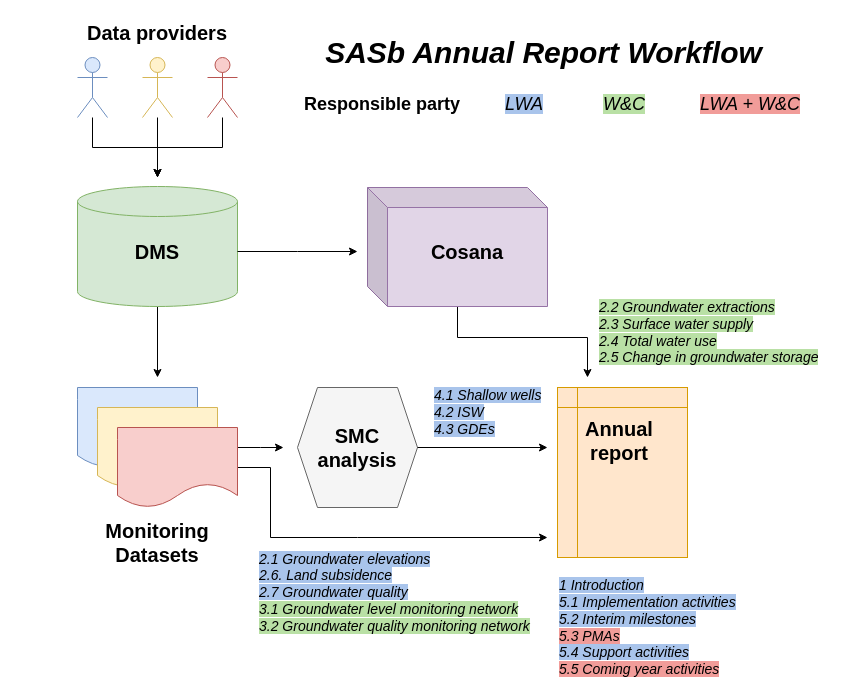
Above: sasb_annual_report.drawio in richpauloo/drawio (draw.io), before the change. Source tidied: cells renumbered, new cells numbered last; positions are measured from the earlier drawing's top-left corner, leaving out a move shared by most shapes. Both pictures are drawn from the tidied source at 100%, with x=0, y=0 at pixel (17, 17).
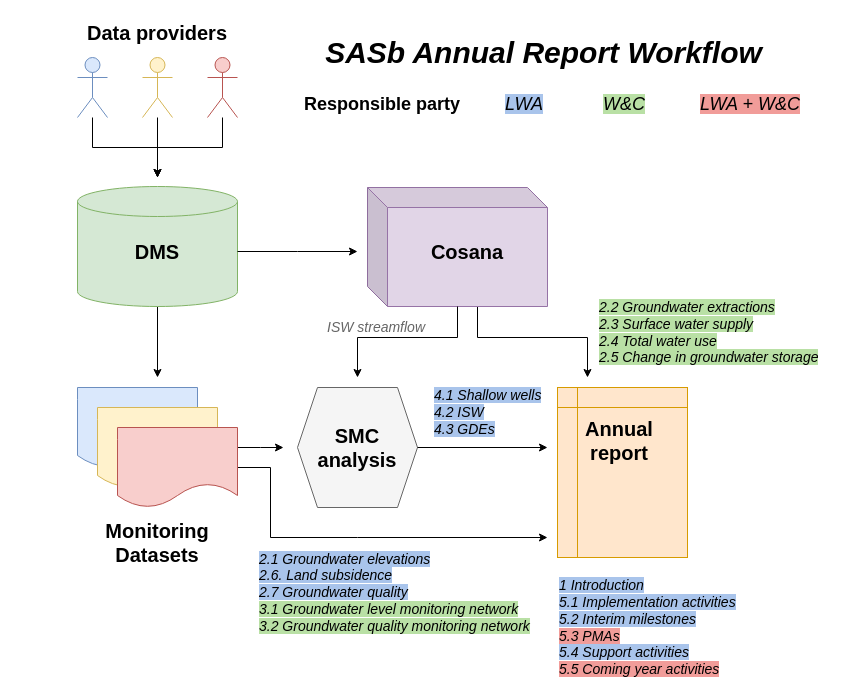
The same diagram, later.

Unchanged cells that the change refers to:
```xml
<mxCell id="20" style="shape=cube;whiteSpace=wrap;html=1;boundedLbl=1;backgroundOutline=1;darkOpacity=0.05;darkOpacity2=0.1;fontSize=20;fillColor=#e1d5e7;strokeColor=#9673a6;" parent="1" vertex="1">
  <mxGeometry x="350" y="170" width="180" height="119" as="geometry" />
</mxCell>
```

Diff of the diagram source:
```diff
@@
     <mxCell id="19" style="edgeStyle=orthogonalEdgeStyle;rounded=0;jettySize=auto;html=1;fontSize=20;" parent="1" edge="1" source="20">
       <mxGeometry relative="1" as="geometry">
         <mxPoint x="570" y="360" as="targetPoint" />
         <Array as="points">
-          <mxPoint x="440" y="320" />
+          <mxPoint x="460" y="320" />
           <mxPoint x="570" y="320" />
         </Array>
       </mxGeometry>
     </mxCell>
@@
+    <mxCell id="34" style="edgeStyle=orthogonalEdgeStyle;rounded=0;orthogonalLoop=1;jettySize=auto;html=1;fontSize=20;" parent="1" edge="1">
+      <mxGeometry relative="1" as="geometry">
+        <mxPoint x="440" y="289" as="sourcePoint" />
+        <mxPoint x="340" y="360" as="targetPoint" />
+        <Array as="points">
+          <mxPoint x="440" y="289" />
+          <mxPoint x="440" y="320" />
+          <mxPoint x="340" y="320" />
+        </Array>
+      </mxGeometry>
+    </mxCell>
+    <mxCell id="35" value="&lt;i&gt;&lt;span style=&quot;background-color: rgb(255 , 255 , 255)&quot;&gt;&lt;font color=&quot;#666666&quot;&gt;ISW streamflow&lt;/font&gt;&lt;/span&gt;&lt;br&gt;&lt;/i&gt;" style="text;html=1;strokeColor=none;fillColor=none;align=left;verticalAlign=middle;whiteSpace=wrap;rounded=0;fontSize=14;" parent="1" vertex="1">
+      <mxGeometry x="308" y="295" width="115" height="30" as="geometry" />
+    </mxCell>
```
